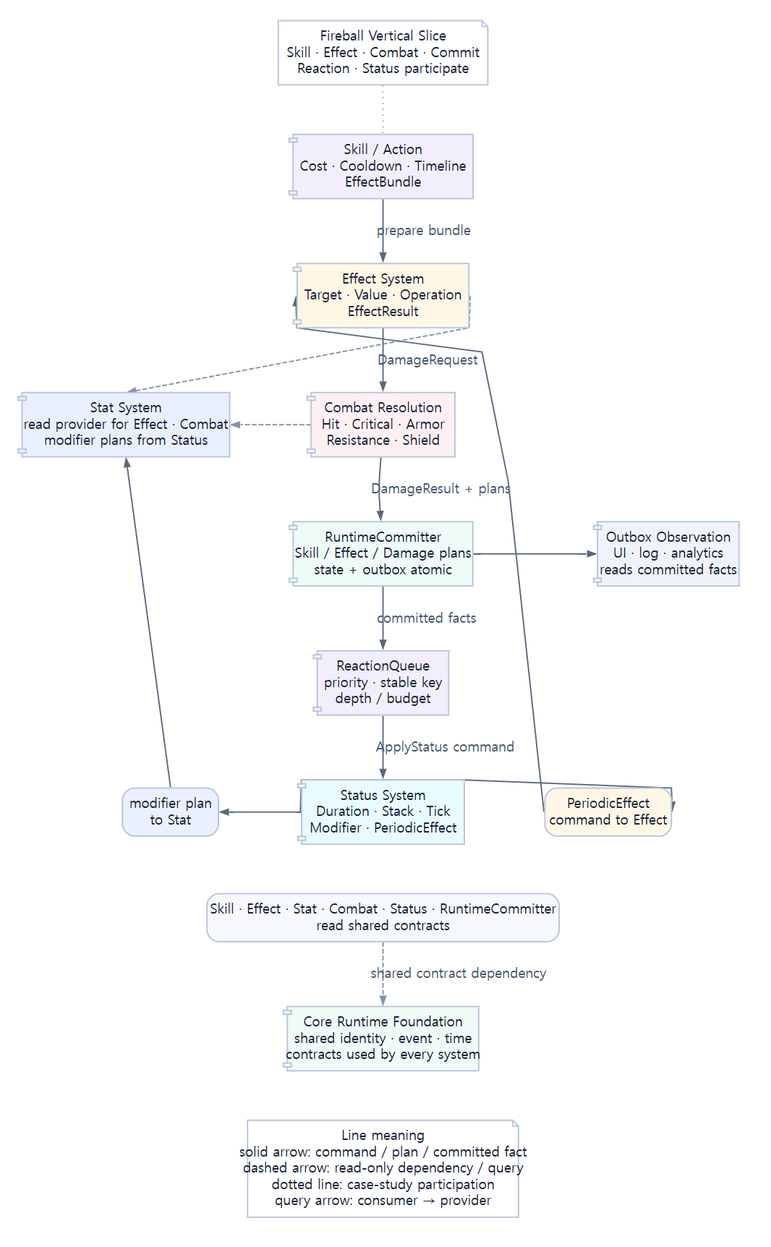
JY-LemongO/game-system-framework-knowledge-site keeps this Graphviz diagram as assets/diagrams/38_full_framework_dependency_map.png. Above is the earlier version. Its source is kept beside it as source/diagrams/38_full_framework_dependency_map.dot.
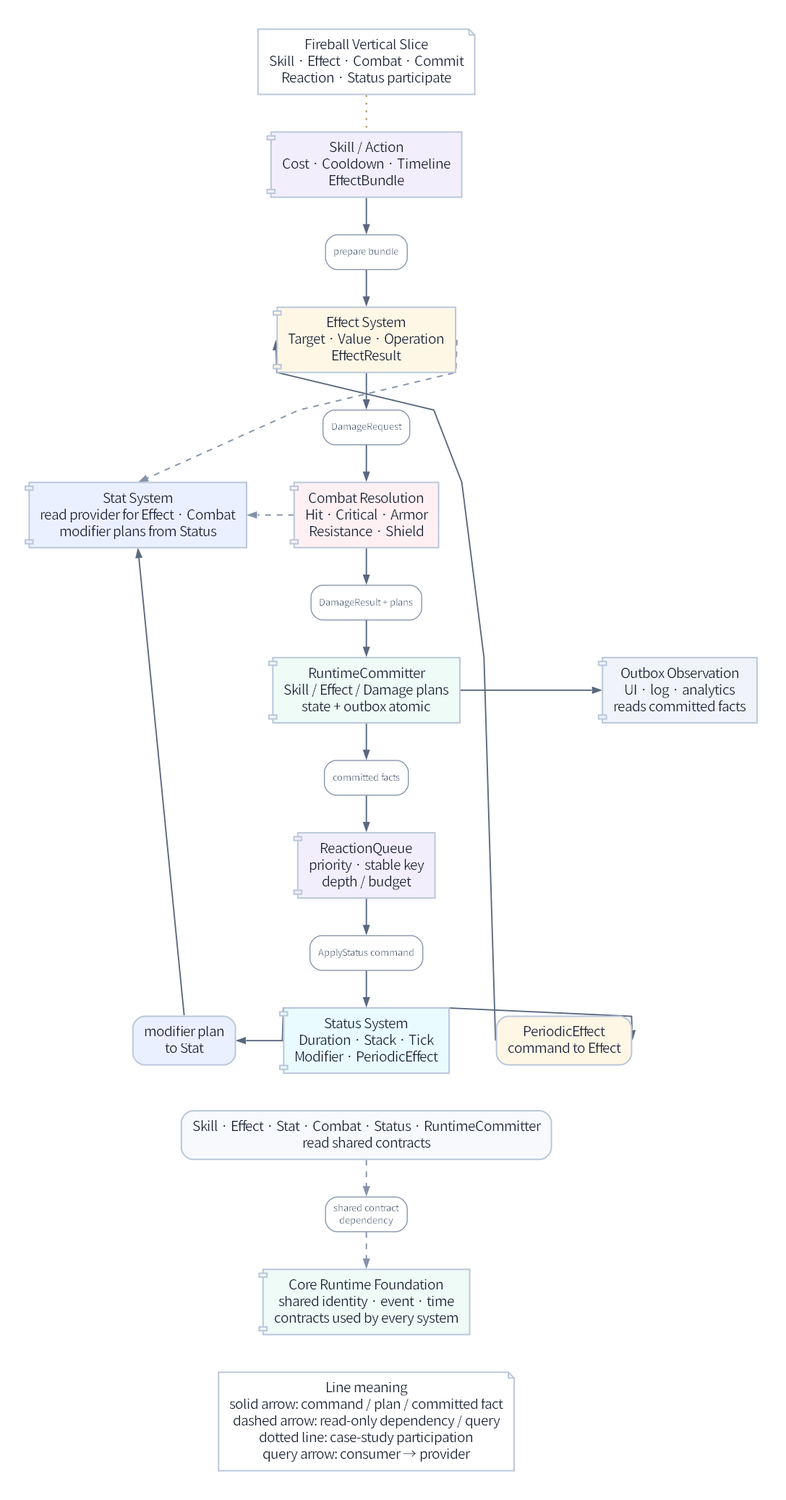
After the change.

Diff of the diagram source:
```diff
@@ -1,7 +1,7 @@
 digraph G {
-  graph [fontname="Noto Sans CJK KR", bgcolor="#ffffff", margin=0.12, pad=0.30, ranksep=0.68, nodesep=0.58, splines=polyline, newrank=true, outputorder=edgesfirst];
-  node [fontname="Noto Sans CJK KR", shape=box, style="rounded,filled", color="#bac7db", penwidth=1.5, fillcolor="#ffffff", fontcolor="#182033", margin="0.16,0.11"];
-  edge [fontname="Noto Sans CJK KR", color="#59687e", fontcolor="#46566e", arrowsize=0.8, penwidth=1.4];
+  graph [fontname="Noto Sans KR", bgcolor="#ffffff", margin=0.12, pad=0.30, ranksep=0.54, nodesep=0.68, splines=polyline, newrank=true, outputorder=edgesfirst];
+  node [fontname="Noto Sans KR", shape=box, style="rounded,filled", color="#bac7db", penwidth=1.5, fillcolor="#ffffff", fontcolor="#182033", margin="0.16,0.11"];
+  edge [fontname="Noto Sans KR", color="#59687e", fontcolor="#46566e", arrowsize=0.8, penwidth=1.4];
   rankdir=TB;
 
   Core [shape=component, fillcolor="#eefbf6", label="Core Runtime Foundation\nshared identity · event · time\ncontracts used by every system"];
@@ -18,17 +18,23 @@
   CoreConsumers [shape=box, fillcolor="#f7f9fc", label="Skill · Effect · Stat · Combat · Status · RuntimeCommitter\nread shared contracts"];
   Legend [shape=note, fillcolor="#ffffff", label="Line meaning\nsolid arrow: command / plan / committed fact\ndashed arrow: read-only dependency / query\ndotted line: case-study participation\nquery arrow: consumer → provider"];
   Fireball [shape=note, fillcolor="#ffffff", label="Fireball Vertical Slice\nSkill · Effect · Combat · Commit\nReaction · Status participate"];
+  PrepareBundle [group="main", label="prepare bundle", fillcolor="#ffffff", color="#8292a8", fontcolor="#46566e", penwidth=1.0, fontsize=10, margin="0.12,0.07"];
+  DamageRequestMessage [group="main", label="DamageRequest", fillcolor="#ffffff", color="#8292a8", fontcolor="#46566e", penwidth=1.0, fontsize=10, margin="0.12,0.07"];
+  DamageResultPlan [group="main", label="DamageResult + plans", fillcolor="#ffffff", color="#8292a8", fontcolor="#46566e", penwidth=1.0, fontsize=10, margin="0.12,0.07"];
+  CommittedFacts [group="main", label="committed facts", fillcolor="#ffffff", color="#8292a8", fontcolor="#46566e", penwidth=1.0, fontsize=10, margin="0.12,0.07"];
+  ApplyStatusCommand [group="main", label="ApplyStatus command", fillcolor="#ffffff", color="#8292a8", fontcolor="#46566e", penwidth=1.0, fontsize=10, margin="0.12,0.07"];
+  SharedContractDependency [label="shared contract\ndependency", fillcolor="#ffffff", color="#8292a8", fontcolor="#46566e", penwidth=1.0, fontsize=10, margin="0.12,0.07"];
 
   { rank=same; Combat; Stat; }
   { rank=same; Commit; Observation; }
   { rank=same; Modifier; Status; Periodic; }
 
   Fireball -> Skill [style=dotted, color="#a78b53", dir=none];
-  Skill -> Effect [label="prepare bundle"];
-  Effect -> Combat [label="DamageRequest"];
-  Combat -> Commit [label="DamageResult + plans"];
-  Commit -> Reaction [label="committed facts"];
-  Reaction -> Status [label="ApplyStatus command"];
+  Skill -> PrepareBundle -> Effect;
+  Effect -> DamageRequestMessage -> Combat;
+  Combat -> DamageResultPlan -> Commit;
+  Commit -> CommittedFacts -> Reaction;
+  Reaction -> ApplyStatusCommand -> Status;
 
   Effect:e -> Stat:n [style=dashed, color="#8292a8", constraint=false];
   Combat:w -> Stat:e [style=dashed, color="#8292a8", constraint=false];
@@ -39,6 +45,7 @@
   Periodic:w -> Effect:w [constraint=false];
 
   Status -> CoreConsumers [style=invis, weight=8];
-  CoreConsumers -> Core [style=dashed, color="#8292a8", label="shared contract dependency"];
+  CoreConsumers -> SharedContractDependency [style=dashed, color="#8292a8"];
+  SharedContractDependency -> Core [style=dashed, color="#8292a8"];
   Core -> Legend [style=invis, weight=8];
 }
```
